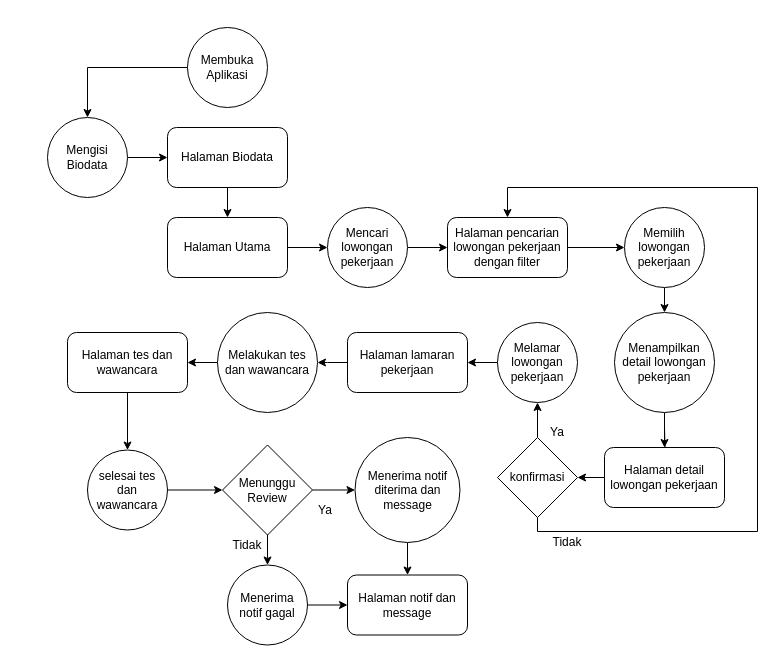
This is Jawir.drawio from Pfftz/Dicoding_wir, a draw.io file, before an edit. Source tidied: cells renumbered, new cells numbered last; positions are measured from the earlier drawing's top-left corner, leaving out a move shared by most shapes. Both pictures are drawn from the tidied source at 100%, with x=0, y=0 at pixel (47, 27).
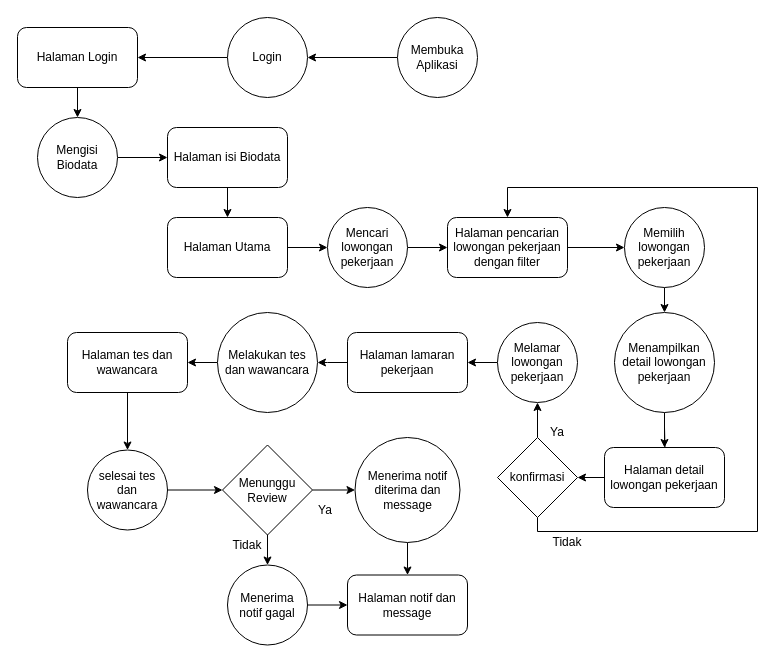
After the change.

Change to the diagram source:
```diff
@@
-    <mxCell id="2" style="edgeStyle=orthogonalEdgeStyle;rounded=0;jettySize=auto;html=1;" parent="1" edge="1" source="3" target="43">
-      <mxGeometry relative="1" as="geometry" />
-    </mxCell>
+    <mxCell id="46" style="edgeStyle=orthogonalEdgeStyle;rounded=0;jettySize=auto;html=1;" parent="1" edge="1" source="3" target="48">
+      <mxGeometry relative="1" as="geometry" />
+    </mxCell>
     <mxCell id="3" value="Membuka Aplikasi" style="ellipse;whiteSpace=wrap;html=1;" parent="1" vertex="1">
-      <mxGeometry x="140" width="80" height="80" as="geometry" />
+      <mxGeometry x="350" y="-10" width="80" height="80" as="geometry" />
     </mxCell>
@@
     <mxCell id="43" value="Mengisi Biodata" style="ellipse;whiteSpace=wrap;html=1;" parent="1" vertex="1">
-      <mxGeometry y="90" width="80" height="80" as="geometry" />
+      <mxGeometry x="-10" y="90" width="80" height="80" as="geometry" />
     </mxCell>
@@
-    <mxCell id="45" value="Halaman Biodata" style="rounded=1;whiteSpace=wrap;html=1;" parent="1" vertex="1">
+    <mxCell id="45" value="Halaman isi Biodata" style="rounded=1;whiteSpace=wrap;html=1;" parent="1" vertex="1">
       <mxGeometry x="120" y="100" width="120" height="60" as="geometry" />
     </mxCell>
+    <mxCell id="47" style="edgeStyle=orthogonalEdgeStyle;rounded=0;jettySize=auto;html=1;" parent="1" edge="1" source="48" target="50">
+      <mxGeometry relative="1" as="geometry" />
+    </mxCell>
+    <mxCell id="48" value="Login" style="ellipse;whiteSpace=wrap;html=1;" parent="1" vertex="1">
+      <mxGeometry x="180" y="-10" width="80" height="80" as="geometry" />
+    </mxCell>
+    <mxCell id="49" style="edgeStyle=orthogonalEdgeStyle;rounded=0;jettySize=auto;html=1;" parent="1" edge="1" source="50" target="43">
+      <mxGeometry relative="1" as="geometry" />
+    </mxCell>
+    <mxCell id="50" value="Halaman Login" style="rounded=1;whiteSpace=wrap;html=1;" parent="1" vertex="1">
+      <mxGeometry x="-30" width="120" height="60" as="geometry" />
+    </mxCell>
```
